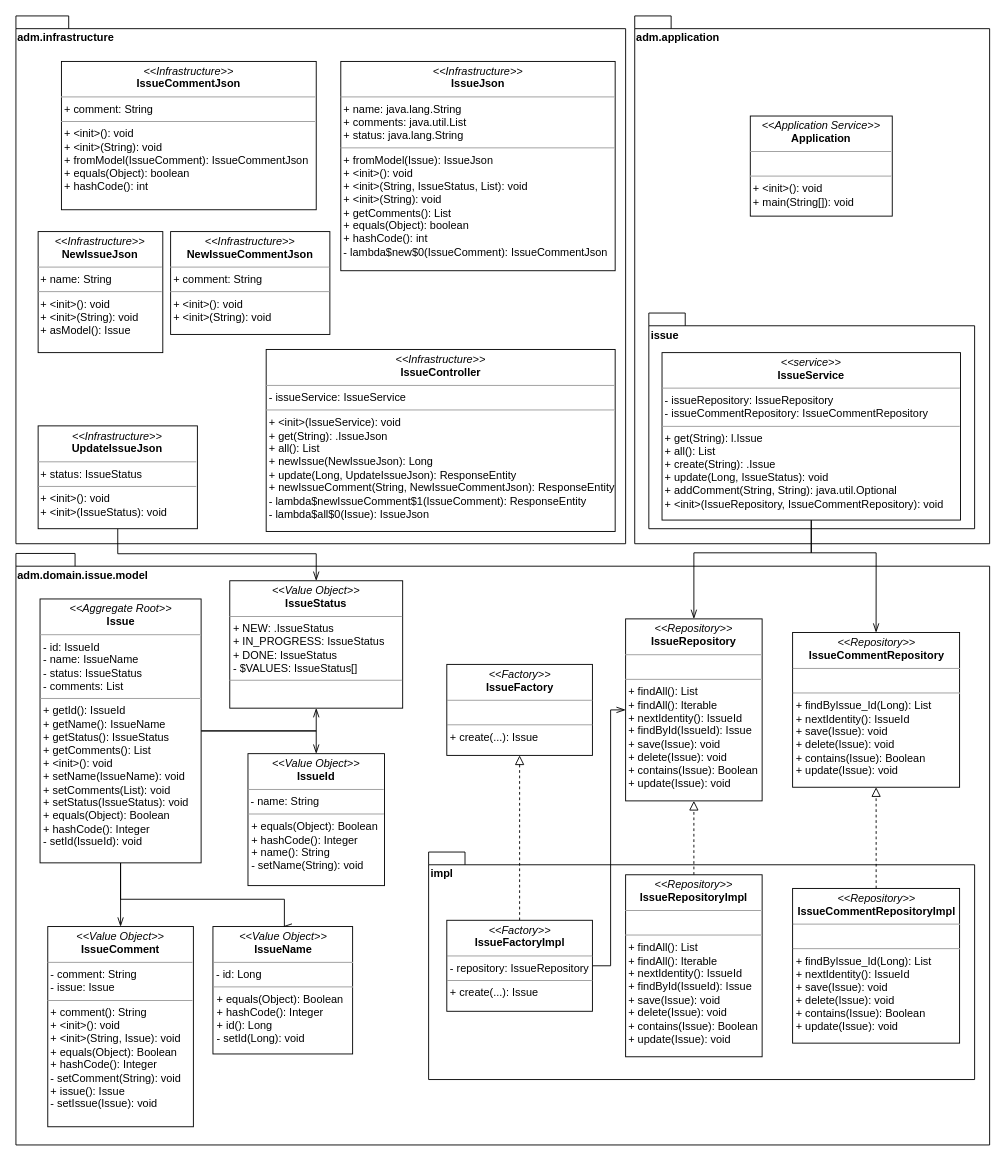
This is page "new" (2 of 4) of gfx/example/adm/raw/uml-adm.drawio from DanielKraft/bachelor-thesis, a draw.io file, before an edit. Source tidied: cells renumbered, new cells numbered last; positions are measured from the earlier drawing's top-left corner, leaving out a move shared by most shapes. Both pictures are drawn from the tidied source at 91%, with x=0, y=0 at pixel (15, 15).
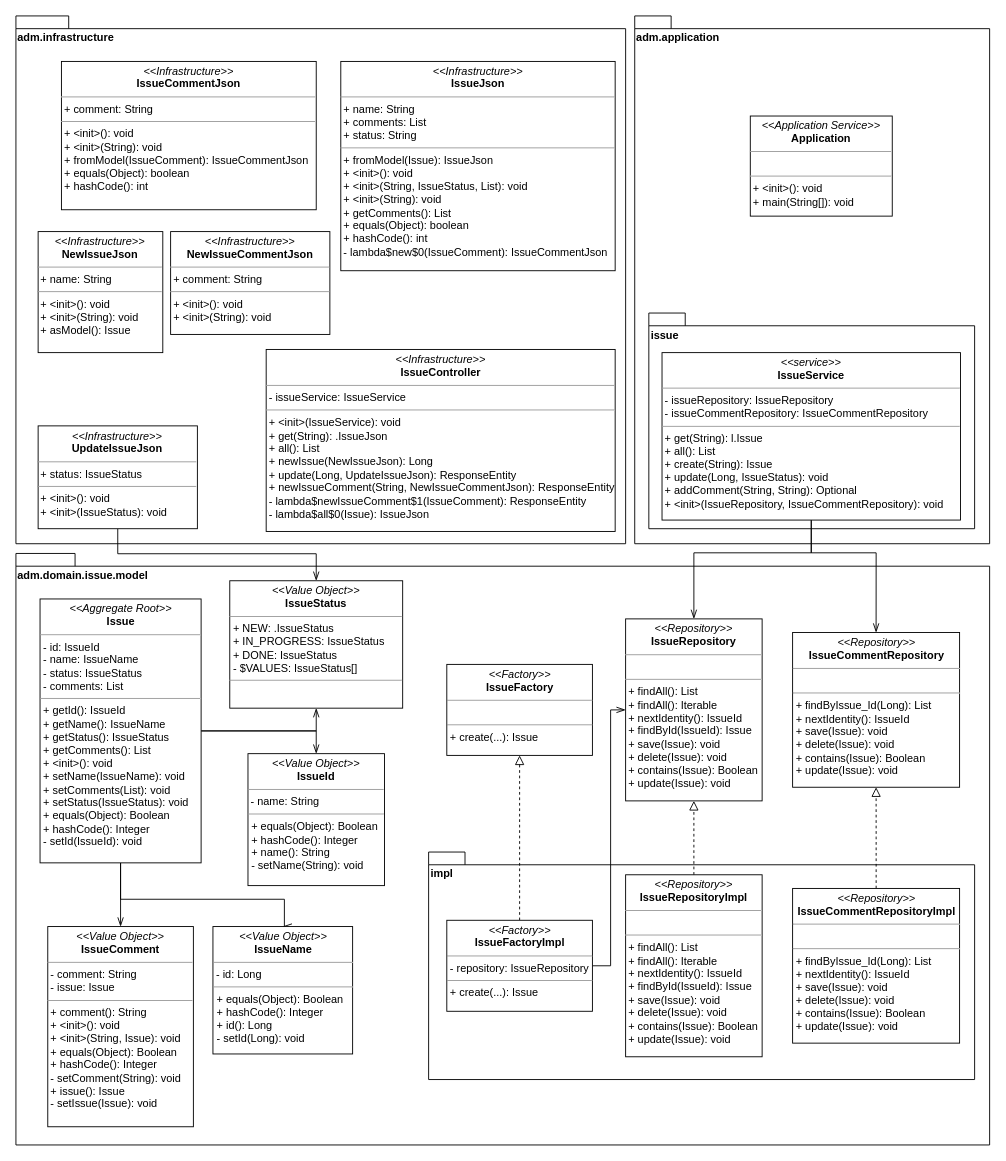
Above is the later version.

Change to the diagram source:
```diff
@@
-    <mxCell id="7" value="&lt;p style=&quot;margin: 0px ; margin-top: 4px ; text-align: center&quot;&gt;&lt;i&gt;&amp;lt;&amp;lt;service&amp;gt;&amp;gt;&lt;/i&gt;&lt;br&gt;&lt;b&gt;IssueService&lt;/b&gt;&lt;/p&gt;&lt;hr size=&quot;1&quot;&gt;&lt;div&gt;&amp;nbsp;- issueRepository: IssueRepository&lt;/div&gt;&lt;div&gt;&amp;nbsp;- issueCommentRepository: IssueCommentRepository&lt;br&gt;&lt;/div&gt;&lt;hr size=&quot;1&quot;&gt;&lt;div&gt;&amp;nbsp;+ get(String): l.Issue&lt;/div&gt;&lt;div&gt;&amp;nbsp;+ all(): List&lt;/div&gt;&lt;div&gt;&amp;nbsp;+ create(String): .Issue&lt;/div&gt;&lt;div&gt;&amp;nbsp;+ update(Long, IssueStatus): void&lt;/div&gt;&lt;div&gt;&amp;nbsp;+ addComment(String, String): java.util.Optional&lt;/div&gt;&lt;div&gt;&amp;nbsp;+ &amp;lt;init&amp;gt;(IssueRepository, IssueCommentRepository): void&lt;/div&gt;" style="verticalAlign=top;align=left;overflow=fill;fontSize=12;fontFamily=Helvetica;html=1;" parent="1" vertex="1">
+    <mxCell id="7" value="&lt;p style=&quot;margin: 0px ; margin-top: 4px ; text-align: center&quot;&gt;&lt;i&gt;&amp;lt;&amp;lt;service&amp;gt;&amp;gt;&lt;/i&gt;&lt;br&gt;&lt;b&gt;IssueService&lt;/b&gt;&lt;/p&gt;&lt;hr size=&quot;1&quot;&gt;&lt;div&gt;&amp;nbsp;- issueRepository: IssueRepository&lt;/div&gt;&lt;div&gt;&amp;nbsp;- issueCommentRepository: IssueCommentRepository&lt;br&gt;&lt;/div&gt;&lt;hr size=&quot;1&quot;&gt;&lt;div&gt;&amp;nbsp;+ get(String): l.Issue&lt;/div&gt;&lt;div&gt;&amp;nbsp;+ all(): List&lt;/div&gt;&lt;div&gt;&amp;nbsp;+ create(String): Issue&lt;/div&gt;&lt;div&gt;&amp;nbsp;+ update(Long, IssueStatus): void&lt;/div&gt;&lt;div&gt;&amp;nbsp;+ addComment(String, String): Optional&lt;/div&gt;&lt;div&gt;&amp;nbsp;+ &amp;lt;init&amp;gt;(IssueRepository, IssueCommentRepository): void&lt;/div&gt;" style="verticalAlign=top;align=left;overflow=fill;fontSize=12;fontFamily=Helvetica;html=1;" parent="1" vertex="1">
       <mxGeometry x="710" y="370" width="328" height="184" as="geometry" />
     </mxCell>
@@
-    <mxCell id="14" value="&lt;p style=&quot;margin: 0px ; margin-top: 4px ; text-align: center&quot;&gt;&lt;i&gt;&amp;lt;&amp;lt;Infrastructure&amp;gt;&amp;gt;&lt;/i&gt;&lt;br&gt;&lt;b&gt;IssueJson&lt;/b&gt;&lt;/p&gt;&lt;hr size=&quot;1&quot;&gt;&lt;div&gt;&amp;nbsp;+ name: java.lang.String&lt;/div&gt;&lt;div&gt;&amp;nbsp;+ comments: java.util.List&lt;/div&gt;&lt;div&gt;&amp;nbsp;+ status: java.lang.String&lt;br&gt;&lt;/div&gt;&lt;hr size=&quot;1&quot;&gt;&lt;div&gt;&amp;nbsp;+ fromModel(Issue): IssueJson&lt;/div&gt;&lt;div&gt;&amp;nbsp;+ &amp;lt;init&amp;gt;(): void&lt;/div&gt;&lt;div&gt;&amp;nbsp;+ &amp;lt;init&amp;gt;(String, IssueStatus, List): void&lt;/div&gt;&lt;div&gt;&amp;nbsp;+ &amp;lt;init&amp;gt;(String): void&lt;/div&gt;&lt;div&gt;&amp;nbsp;+ getComments(): List&lt;/div&gt;&lt;div&gt;&amp;nbsp;+ equals(Object): boolean&lt;/div&gt;&lt;div&gt;&amp;nbsp;+ hashCode(): int&lt;/div&gt;&lt;div&gt;&amp;nbsp;- lambda$new$0(IssueComment): IssueCommentJson&lt;/div&gt;" style="verticalAlign=top;align=left;overflow=fill;fontSize=12;fontFamily=Helvetica;html=1;" parent="1" vertex="1">
+    <mxCell id="14" value="&lt;p style=&quot;margin: 0px ; margin-top: 4px ; text-align: center&quot;&gt;&lt;i&gt;&amp;lt;&amp;lt;Infrastructure&amp;gt;&amp;gt;&lt;/i&gt;&lt;br&gt;&lt;b&gt;IssueJson&lt;/b&gt;&lt;/p&gt;&lt;hr size=&quot;1&quot;&gt;&lt;div&gt;&amp;nbsp;+ name: String&lt;/div&gt;&lt;div&gt;&amp;nbsp;+ comments: List&lt;/div&gt;&lt;div&gt;&amp;nbsp;+ status: String&lt;br&gt;&lt;/div&gt;&lt;hr size=&quot;1&quot;&gt;&lt;div&gt;&amp;nbsp;+ fromModel(Issue): IssueJson&lt;/div&gt;&lt;div&gt;&amp;nbsp;+ &amp;lt;init&amp;gt;(): void&lt;/div&gt;&lt;div&gt;&amp;nbsp;+ &amp;lt;init&amp;gt;(String, IssueStatus, List): void&lt;/div&gt;&lt;div&gt;&amp;nbsp;+ &amp;lt;init&amp;gt;(String): void&lt;/div&gt;&lt;div&gt;&amp;nbsp;+ getComments(): List&lt;/div&gt;&lt;div&gt;&amp;nbsp;+ equals(Object): boolean&lt;/div&gt;&lt;div&gt;&amp;nbsp;+ hashCode(): int&lt;/div&gt;&lt;div&gt;&amp;nbsp;- lambda$new$0(IssueComment): IssueCommentJson&lt;/div&gt;" style="verticalAlign=top;align=left;overflow=fill;fontSize=12;fontFamily=Helvetica;html=1;" parent="1" vertex="1">
       <mxGeometry x="357" y="50" width="301.5" height="230" as="geometry" />
     </mxCell>
```
